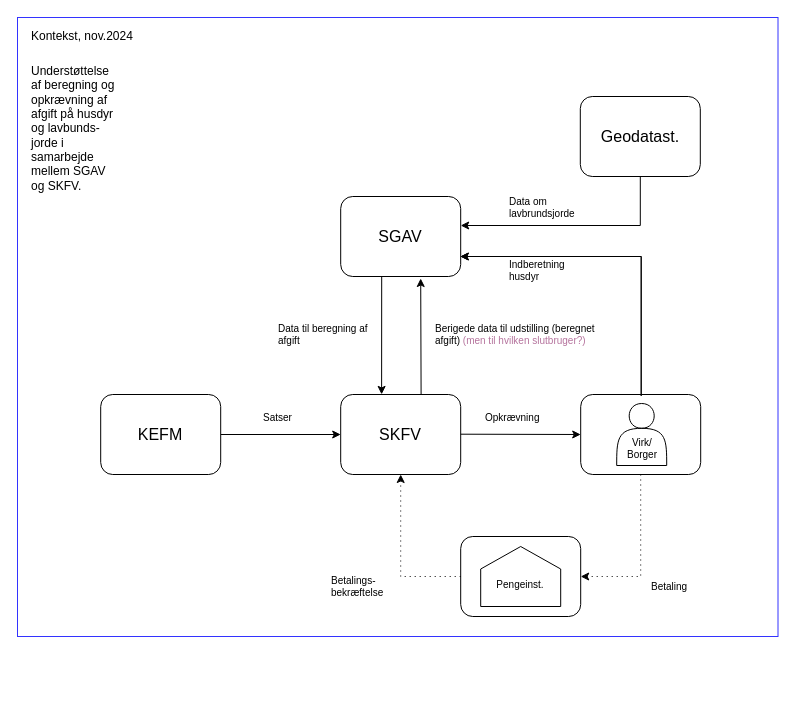
Zaladk/drawio keeps this draw.io diagram as Kontekst G.drawio. Above is the earlier version. Source tidied: cells renumbered, new cells numbered last; positions are measured from the earlier drawing's top-left corner, leaving out a move shared by most shapes. Both pictures are drawn from the tidied source at 100%, with x=0, y=0 at pixel (17, 17).
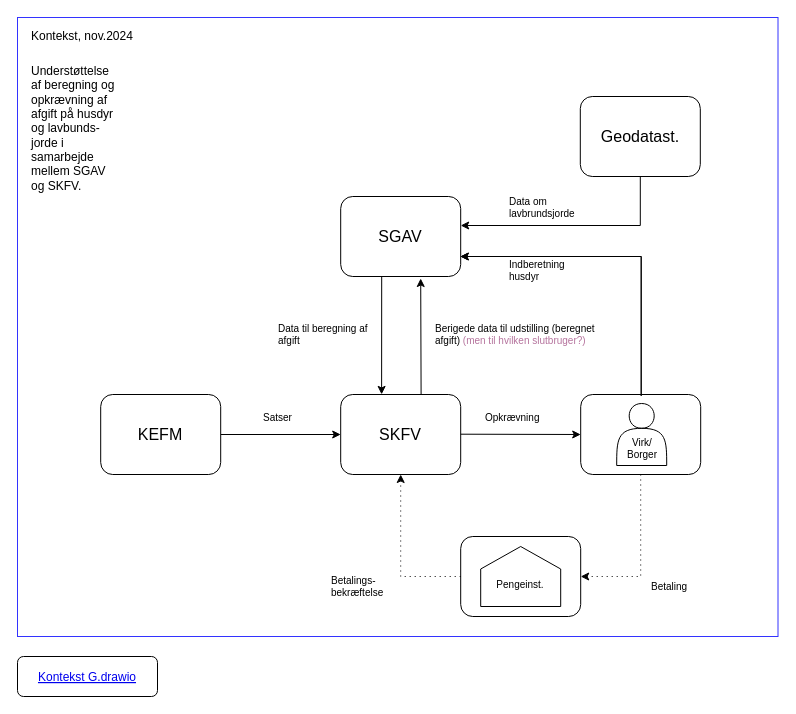
The same diagram, later.

Change to the diagram source:
```diff
@@
+    <mxCell id="32" value="Kontekst G.drawio" style="fontColor=#0000EE;fontStyle=4;rounded=1;overflow=hidden;spacing=10;" parent="1" vertex="1">
+      <mxGeometry y="639" width="140" height="40" as="geometry" />
+    </mxCell>
```
